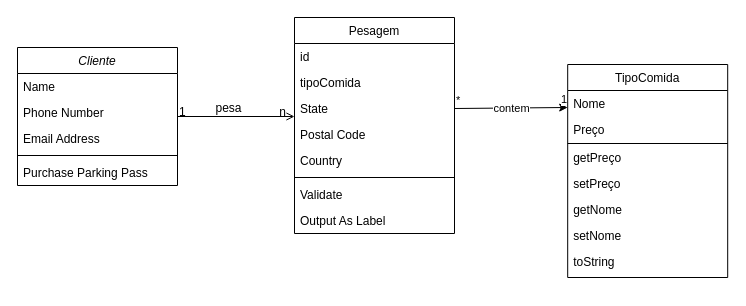
Before: UMLStarKilo.drawio in Eztrela/StarKilos, a draw.io diagram. Source tidied: cells renumbered, new cells numbered last; positions are measured from the earlier drawing's top-left corner, leaving out a move shared by most shapes. Both pictures are drawn from the tidied source at 100%, with x=0, y=0 at pixel (17, 17).
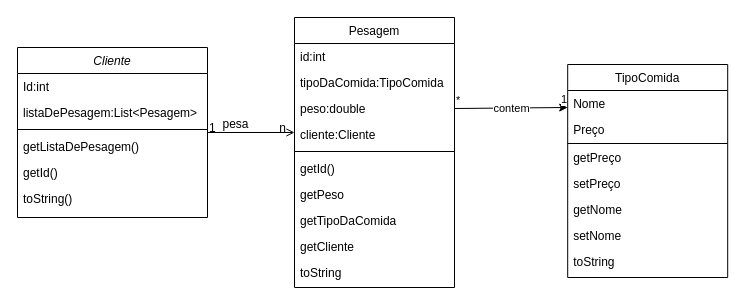
After the change.

The edit, as a diff of the source:
```diff
@@
     <mxCell id="2" value="Cliente" style="swimlane;fontStyle=2;align=center;verticalAlign=top;horizontal=1;startSize=26;rounded=0;shadow=0;strokeWidth=1;" parent="1" vertex="1">
-      <mxGeometry y="30" width="160" height="138" as="geometry" />
+      <mxGeometry y="30" width="190" height="170" as="geometry" />
     </mxCell>
-    <mxCell id="3" value="Name" style="text;align=left;verticalAlign=top;spacingLeft=4;spacingRight=4;overflow=hidden;" parent="2" vertex="1">
-      <mxGeometry y="26" width="160" height="26" as="geometry" />
+    <mxCell id="3" value="Id:int" style="text;align=left;verticalAlign=top;spacingLeft=4;spacingRight=4;overflow=hidden;" parent="2" vertex="1">
+      <mxGeometry y="26" width="190" height="26" as="geometry" />
     </mxCell>
-    <mxCell id="4" value="Phone Number" style="text;align=left;verticalAlign=top;spacingLeft=4;spacingRight=4;overflow=hidden;rounded=0;shadow=0;html=0;" parent="2" vertex="1">
-      <mxGeometry y="52" width="160" height="26" as="geometry" />
+    <mxCell id="4" value="listaDePesagem:List&lt;Pesagem&gt;" style="text;align=left;verticalAlign=top;spacingLeft=4;spacingRight=4;overflow=hidden;rounded=0;shadow=0;html=0;" parent="2" vertex="1">
+      <mxGeometry y="52" width="190" height="26" as="geometry" />
     </mxCell>
-    <mxCell id="5" value="Email Address" style="text;align=left;verticalAlign=top;spacingLeft=4;spacingRight=4;overflow=hidden;rounded=0;shadow=0;html=0;" parent="2" vertex="1">
-      <mxGeometry y="78" width="160" height="26" as="geometry" />
-    </mxCell>
     <mxCell id="6" style="line;html=1;strokeWidth=1;align=left;verticalAlign=middle;spacingTop=-1;spacingLeft=3;spacingRight=3;labelPosition=right;" parent="2" vertex="1">
-      <mxGeometry y="104" width="160" height="8" as="geometry" />
+      <mxGeometry y="78" width="190" height="8" as="geometry" />
     </mxCell>
-    <mxCell id="7" value="Purchase Parking Pass" style="text;align=left;verticalAlign=top;spacingLeft=4;spacingRight=4;overflow=hidden;" parent="2" vertex="1">
-      <mxGeometry y="112" width="160" height="26" as="geometry" />
+    <mxCell id="7" value="getListaDePesagem()" style="text;align=left;verticalAlign=top;spacingLeft=4;spacingRight=4;overflow=hidden;" parent="2" vertex="1">
+      <mxGeometry y="86" width="190" height="26" as="geometry" />
     </mxCell>
+    <mxCell id="34" value="getId()" style="text;align=left;verticalAlign=top;spacingLeft=4;spacingRight=4;overflow=hidden;" parent="2" vertex="1">
+      <mxGeometry y="112" width="190" height="26" as="geometry" />
+    </mxCell>
+    <mxCell id="35" value="toString()" style="text;align=left;verticalAlign=top;spacingLeft=4;spacingRight=4;overflow=hidden;" parent="2" vertex="1">
+      <mxGeometry y="138" width="190" height="26" as="geometry" />
+    </mxCell>
@@
     <mxCell id="17" value="Pesagem" style="swimlane;fontStyle=0;align=center;verticalAlign=top;horizontal=1;startSize=26;rounded=0;shadow=0;strokeWidth=1;" parent="1" vertex="1">
-      <mxGeometry x="277" width="160" height="216" as="geometry" />
+      <mxGeometry x="277" width="160" height="270" as="geometry" />
     </mxCell>
-    <mxCell id="18" value="id" style="text;align=left;verticalAlign=top;spacingLeft=4;spacingRight=4;overflow=hidden;" parent="17" vertex="1">
+    <mxCell id="18" value="id:int" style="text;align=left;verticalAlign=top;spacingLeft=4;spacingRight=4;overflow=hidden;" parent="17" vertex="1">
       <mxGeometry y="26" width="160" height="26" as="geometry" />
     </mxCell>
-    <mxCell id="19" value="tipoComida" style="text;align=left;verticalAlign=top;spacingLeft=4;spacingRight=4;overflow=hidden;rounded=0;shadow=0;html=0;" parent="17" vertex="1">
+    <mxCell id="19" value="tipoDaComida:TipoComida" style="text;align=left;verticalAlign=top;spacingLeft=4;spacingRight=4;overflow=hidden;rounded=0;shadow=0;html=0;" parent="17" vertex="1">
       <mxGeometry y="52" width="160" height="26" as="geometry" />
     </mxCell>
-    <mxCell id="20" value="State" style="text;align=left;verticalAlign=top;spacingLeft=4;spacingRight=4;overflow=hidden;points=[[0,0.5],[1,0.5]];portConstraint=eastwest;rounded=0;shadow=0;html=0;" parent="17" vertex="1">
+    <mxCell id="20" value="peso:double" style="text;align=left;verticalAlign=top;spacingLeft=4;spacingRight=4;overflow=hidden;points=[[0,0.5],[1,0.5]];portConstraint=eastwest;rounded=0;shadow=0;html=0;" parent="17" vertex="1">
       <mxGeometry y="78" width="160" height="26" as="geometry" />
     </mxCell>
-    <mxCell id="21" value="Postal Code" style="text;align=left;verticalAlign=top;spacingLeft=4;spacingRight=4;overflow=hidden;rounded=0;shadow=0;html=0;" parent="17" vertex="1">
+    <mxCell id="21" value="cliente:Cliente" style="text;align=left;verticalAlign=top;spacingLeft=4;spacingRight=4;overflow=hidden;rounded=0;shadow=0;html=0;" parent="17" vertex="1">
       <mxGeometry y="104" width="160" height="26" as="geometry" />
     </mxCell>
-    <mxCell id="22" value="Country" style="text;align=left;verticalAlign=top;spacingLeft=4;spacingRight=4;overflow=hidden;rounded=0;shadow=0;html=0;" parent="17" vertex="1">
-      <mxGeometry y="130" width="160" height="26" as="geometry" />
-    </mxCell>
     <mxCell id="23" style="line;html=1;strokeWidth=1;align=left;verticalAlign=middle;spacingTop=-1;spacingLeft=3;spacingRight=3;labelPosition=right;" parent="17" vertex="1">
-      <mxGeometry y="156" width="160" height="8" as="geometry" />
+      <mxGeometry y="130" width="160" height="8" as="geometry" />
     </mxCell>
-    <mxCell id="24" value="Validate" style="text;align=left;verticalAlign=top;spacingLeft=4;spacingRight=4;overflow=hidden;" parent="17" vertex="1">
-      <mxGeometry y="164" width="160" height="26" as="geometry" />
+    <mxCell id="24" value="getId()" style="text;align=left;verticalAlign=top;spacingLeft=4;spacingRight=4;overflow=hidden;" parent="17" vertex="1">
+      <mxGeometry y="138" width="160" height="26" as="geometry" />
     </mxCell>
-    <mxCell id="25" value="Output As Label" style="text;align=left;verticalAlign=top;spacingLeft=4;spacingRight=4;overflow=hidden;" parent="17" vertex="1">
-      <mxGeometry y="190" width="160" height="26" as="geometry" />
+    <mxCell id="25" value="getPeso" style="text;align=left;verticalAlign=top;spacingLeft=4;spacingRight=4;overflow=hidden;" parent="17" vertex="1">
+      <mxGeometry y="164" width="160" height="26" as="geometry" />
     </mxCell>
+    <mxCell id="36" value="getTipoDaComida" style="text;align=left;verticalAlign=top;spacingLeft=4;spacingRight=4;overflow=hidden;" parent="17" vertex="1">
+      <mxGeometry y="190" width="160" height="26" as="geometry" />
+    </mxCell>
+    <mxCell id="37" value="getCliente" style="text;align=left;verticalAlign=top;spacingLeft=4;spacingRight=4;overflow=hidden;" parent="17" vertex="1">
+      <mxGeometry y="216" width="160" height="26" as="geometry" />
+    </mxCell>
+    <mxCell id="38" value="toString" style="text;align=left;verticalAlign=top;spacingLeft=4;spacingRight=4;overflow=hidden;" parent="17" vertex="1">
+      <mxGeometry y="242" width="160" height="26" as="geometry" />
+    </mxCell>
```
